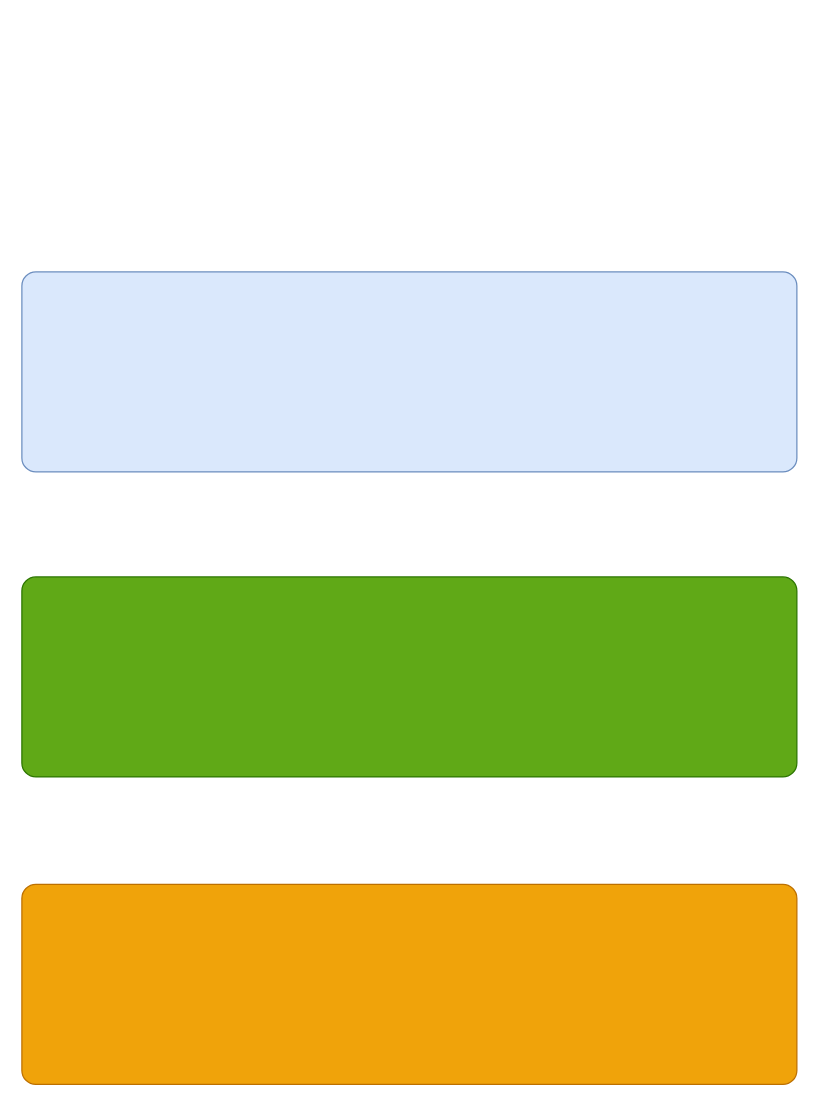
Before: 全域流量中控平台_实时数仓.drawio in hustpawpaw/charts, a draw.io diagram. Source tidied: cells renumbered, new cells numbered last; positions are measured from the earlier drawing's top-left corner, leaving out a move shared by most shapes. Both pictures are drawn from the tidied source at 125%, with x=0, y=0 at pixel (21, 271).
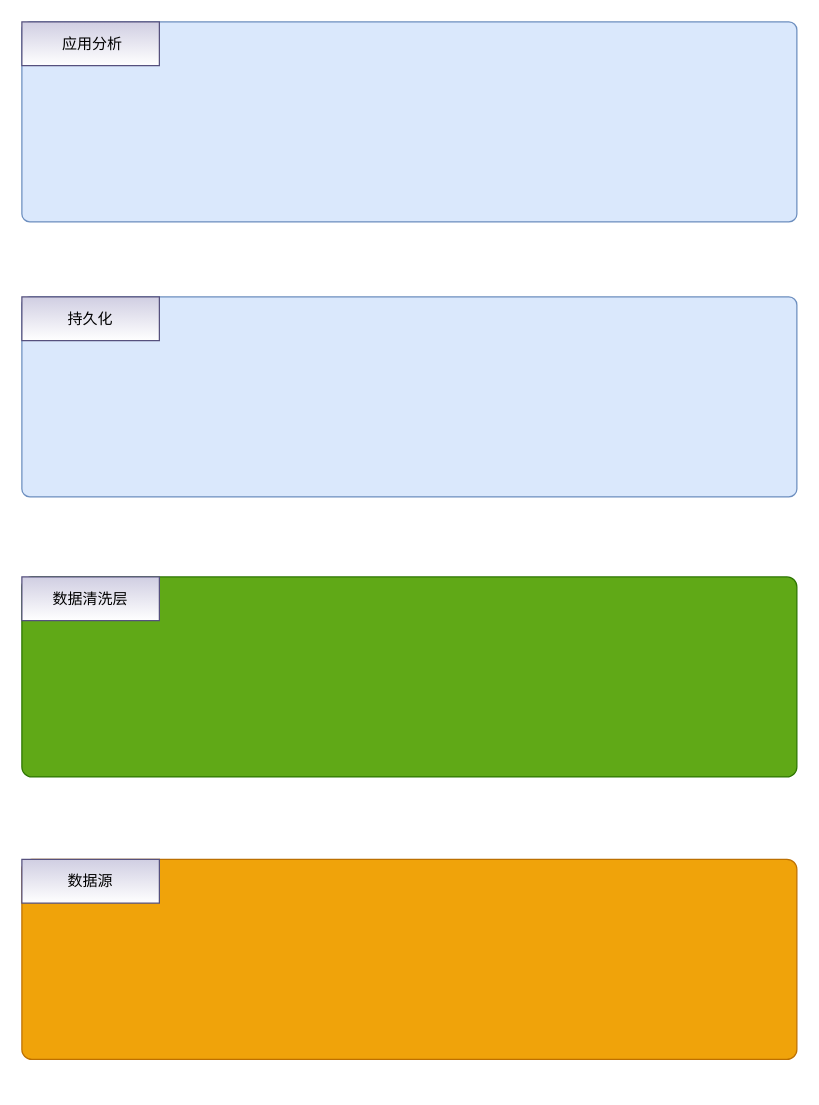
After the change.

Commit message (it also covers changes not shown here):
Update 全域流量中控平台_实时数仓.drawio

Diff of the diagram source:
```diff
@@
 <mxGraphModel>
   <root>
     <mxCell id="0" />
     <mxCell id="1" parent="0" />
-    <mxCell id="2" style="rounded=1;whiteSpace=wrap;html=1;fillColor=#dae8fc;strokeColor=#6c8ebf;arcSize=7;" parent="1" vertex="1">
-      <mxGeometry width="620" height="160" as="geometry" />
+    <mxCell id="2" style="rounded=1;whiteSpace=wrap;html=1;fillColor=#dae8fc;strokeColor=#6c8ebf;arcSize=4;" parent="1" vertex="1">
+      <mxGeometry y="20" width="620" height="160" as="geometry" />
     </mxCell>
     <mxCell id="3" style="rounded=1;whiteSpace=wrap;html=1;" parent="1" vertex="1">
       <mxGeometry x="230" y="320" width="120" height="60" as="geometry" />
     </mxCell>
-    <mxCell id="4" style="rounded=1;whiteSpace=wrap;html=1;fillColor=#60a917;strokeColor=#2D7600;arcSize=7;fontColor=#ffffff;" parent="1" vertex="1">
+    <mxCell id="4" style="rounded=1;whiteSpace=wrap;html=1;fillColor=#60a917;strokeColor=#2D7600;arcSize=5;fontColor=#ffffff;" parent="1" vertex="1">
       <mxGeometry y="244" width="620" height="160" as="geometry" />
     </mxCell>
-    <mxCell id="5" style="rounded=1;whiteSpace=wrap;html=1;fillColor=#f0a30a;strokeColor=#BD7000;arcSize=7;fontColor=#ffffff;" parent="1" vertex="1">
-      <mxGeometry y="490" width="620" height="160" as="geometry" />
+    <mxCell id="5" style="rounded=1;whiteSpace=wrap;html=1;fillColor=#f0a30a;strokeColor=#BD7000;arcSize=5;fontColor=#ffffff;" parent="1" vertex="1">
+      <mxGeometry y="470" width="620" height="160" as="geometry" />
     </mxCell>
+    <mxCell id="6" value="数据源" style="rounded=1;whiteSpace=wrap;html=1;fillColor=#d0cee2;strokeColor=#56517e;arcSize=0;gradientColor=#ffffff;" parent="1" vertex="1">
+      <mxGeometry y="470" width="110" height="35" as="geometry" />
+    </mxCell>
+    <mxCell id="7" value="数据清洗层" style="rounded=1;whiteSpace=wrap;html=1;fillColor=#d0cee2;strokeColor=#56517e;arcSize=0;gradientColor=#ffffff;" parent="1" vertex="1">
+      <mxGeometry y="244" width="110" height="35" as="geometry" />
+    </mxCell>
+    <mxCell id="8" value="持久化" style="rounded=1;whiteSpace=wrap;html=1;fillColor=#d0cee2;strokeColor=#56517e;arcSize=0;gradientColor=#ffffff;" parent="1" vertex="1">
+      <mxGeometry y="20" width="110" height="35" as="geometry" />
+    </mxCell>
+    <mxCell id="9" style="rounded=1;whiteSpace=wrap;html=1;fillColor=#dae8fc;strokeColor=#6c8ebf;arcSize=4;" parent="1" vertex="1">
+      <mxGeometry y="-200" width="620" height="160" as="geometry" />
+    </mxCell>
+    <mxCell id="10" value="&amp;nbsp;应用分析" style="rounded=1;whiteSpace=wrap;html=1;fillColor=#d0cee2;strokeColor=#56517e;arcSize=0;gradientColor=#ffffff;" parent="1" vertex="1">
+      <mxGeometry y="-200" width="110" height="35" as="geometry" />
+    </mxCell>
   </root>
 </mxGraphModel>
```
